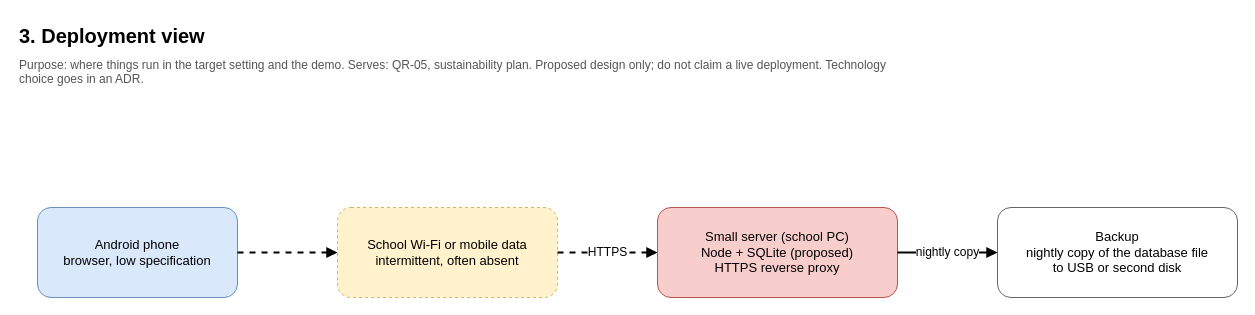
Above: page "3 Deployment" (3 of 8) of docs/architecture/STEMMate_A4_Architecture.drawio in Wxanted/STEMMATE_Assignment_4 (draw.io), before the change. Source tidied: cells renumbered, new cells numbered last; positions are measured from the earlier drawing's top-left corner, leaving out a move shared by most shapes. Both pictures are drawn from the tidied source at 100%, with x=0, y=0 at pixel (17, 17).
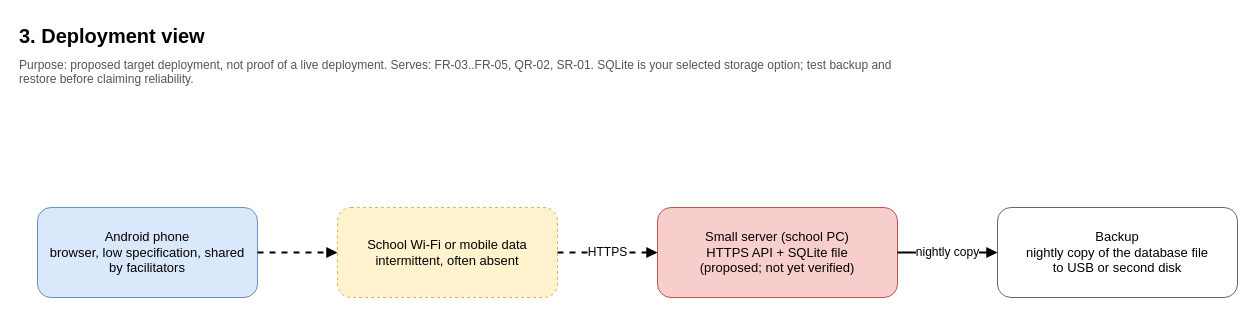
The same diagram, later.

What changed in the source:
```diff
@@
 <mxGraphModel>
   <root>
     <mxCell id="0" />
     <mxCell id="1" parent="0" />
     <mxCell id="2" value="3. Deployment view" style="text;html=1;fontSize=20;fontStyle=1;align=left;verticalAlign=top;whiteSpace=wrap;" parent="1" vertex="1">
       <mxGeometry width="900" height="34" as="geometry" />
     </mxCell>
-    <mxCell id="3" value="Purpose: where things run in the target setting and the demo.   Serves: QR-05, sustainability plan.   Proposed design only; do not claim a live deployment. Technology choice goes in an ADR." style="text;html=1;fontSize=12;align=left;verticalAlign=top;whiteSpace=wrap;fontColor=#555555;" parent="1" vertex="1">
+    <mxCell id="3" value="Purpose: proposed target deployment, not proof of a live deployment. Serves: FR-03..FR-05, QR-02, SR-01. SQLite is your selected storage option; test backup and restore before claiming reliability." style="text;html=1;fontSize=12;align=left;verticalAlign=top;whiteSpace=wrap;fontColor=#555555;" parent="1" vertex="1">
       <mxGeometry y="34" width="900" height="24" as="geometry" />
     </mxCell>
-    <mxCell id="4" value="Android phone&#10;browser, low specification" style="rounded=1;fillColor=#dae8fc;strokeColor=#6c8ebf;whiteSpace=wrap;html=1;fontSize=13;spacing=6;" parent="1" vertex="1">
-      <mxGeometry x="20" y="190" width="200" height="90" as="geometry" />
+    <mxCell id="4" value="Android phone&#10;browser, low specification, shared by facilitators" style="rounded=1;fillColor=#dae8fc;strokeColor=#6c8ebf;whiteSpace=wrap;html=1;fontSize=13;spacing=6;" parent="1" vertex="1">
+      <mxGeometry x="20" y="190" width="220" height="90" as="geometry" />
     </mxCell>
     <mxCell id="5" value="School Wi-Fi or mobile data&#10;intermittent, often absent" style="rounded=1;fillColor=#fff2cc;strokeColor=#d6b656;dashed=1;whiteSpace=wrap;html=1;fontSize=13;spacing=6;" parent="1" vertex="1">
       <mxGeometry x="320" y="190" width="220" height="90" as="geometry" />
     </mxCell>
-    <mxCell id="6" value="Small server (school PC)&#10;Node + SQLite (proposed)&#10;HTTPS reverse proxy" style="rounded=1;fillColor=#f8cecc;strokeColor=#b85450;whiteSpace=wrap;html=1;fontSize=13;spacing=6;" parent="1" vertex="1">
+    <mxCell id="6" value="Small server (school PC)&#10;HTTPS API + SQLite file&#10;(proposed; not yet verified)" style="rounded=1;fillColor=#f8cecc;strokeColor=#b85450;whiteSpace=wrap;html=1;fontSize=13;spacing=6;" parent="1" vertex="1">
       <mxGeometry x="640" y="190" width="240" height="90" as="geometry" />
     </mxCell>
     <mxCell id="7" value="Backup&#10;nightly copy of the database file&#10;to USB or second disk" style="rounded=1;fillColor=#ffffff;strokeColor=#666666;whiteSpace=wrap;html=1;fontSize=13;spacing=6;" parent="1" vertex="1">
       <mxGeometry x="980" y="190" width="240" height="90" as="geometry" />
     </mxCell>
     <mxCell id="8" style="edgeStyle=orthogonalEdgeStyle;rounded=0;html=1;endArrow=block;endFill=1;strokeWidth=2;fontSize=12;labelBackgroundColor=#ffffff;dashed=1;" parent="1" edge="1" source="4" target="5">
       <mxGeometry relative="1" as="geometry" />
     </mxCell>
     <mxCell id="9" value="HTTPS" style="edgeStyle=orthogonalEdgeStyle;rounded=0;html=1;endArrow=block;endFill=1;strokeWidth=2;fontSize=12;labelBackgroundColor=#ffffff;dashed=1;" parent="1" edge="1" source="5" target="6">
       <mxGeometry relative="1" as="geometry" />
     </mxCell>
     <mxCell id="10" value="nightly copy" style="edgeStyle=orthogonalEdgeStyle;rounded=0;html=1;endArrow=block;endFill=1;strokeWidth=2;fontSize=12;labelBackgroundColor=#ffffff;" parent="1" edge="1" source="6" target="7">
       <mxGeometry relative="1" as="geometry" />
     </mxCell>
   </root>
 </mxGraphModel>
```
